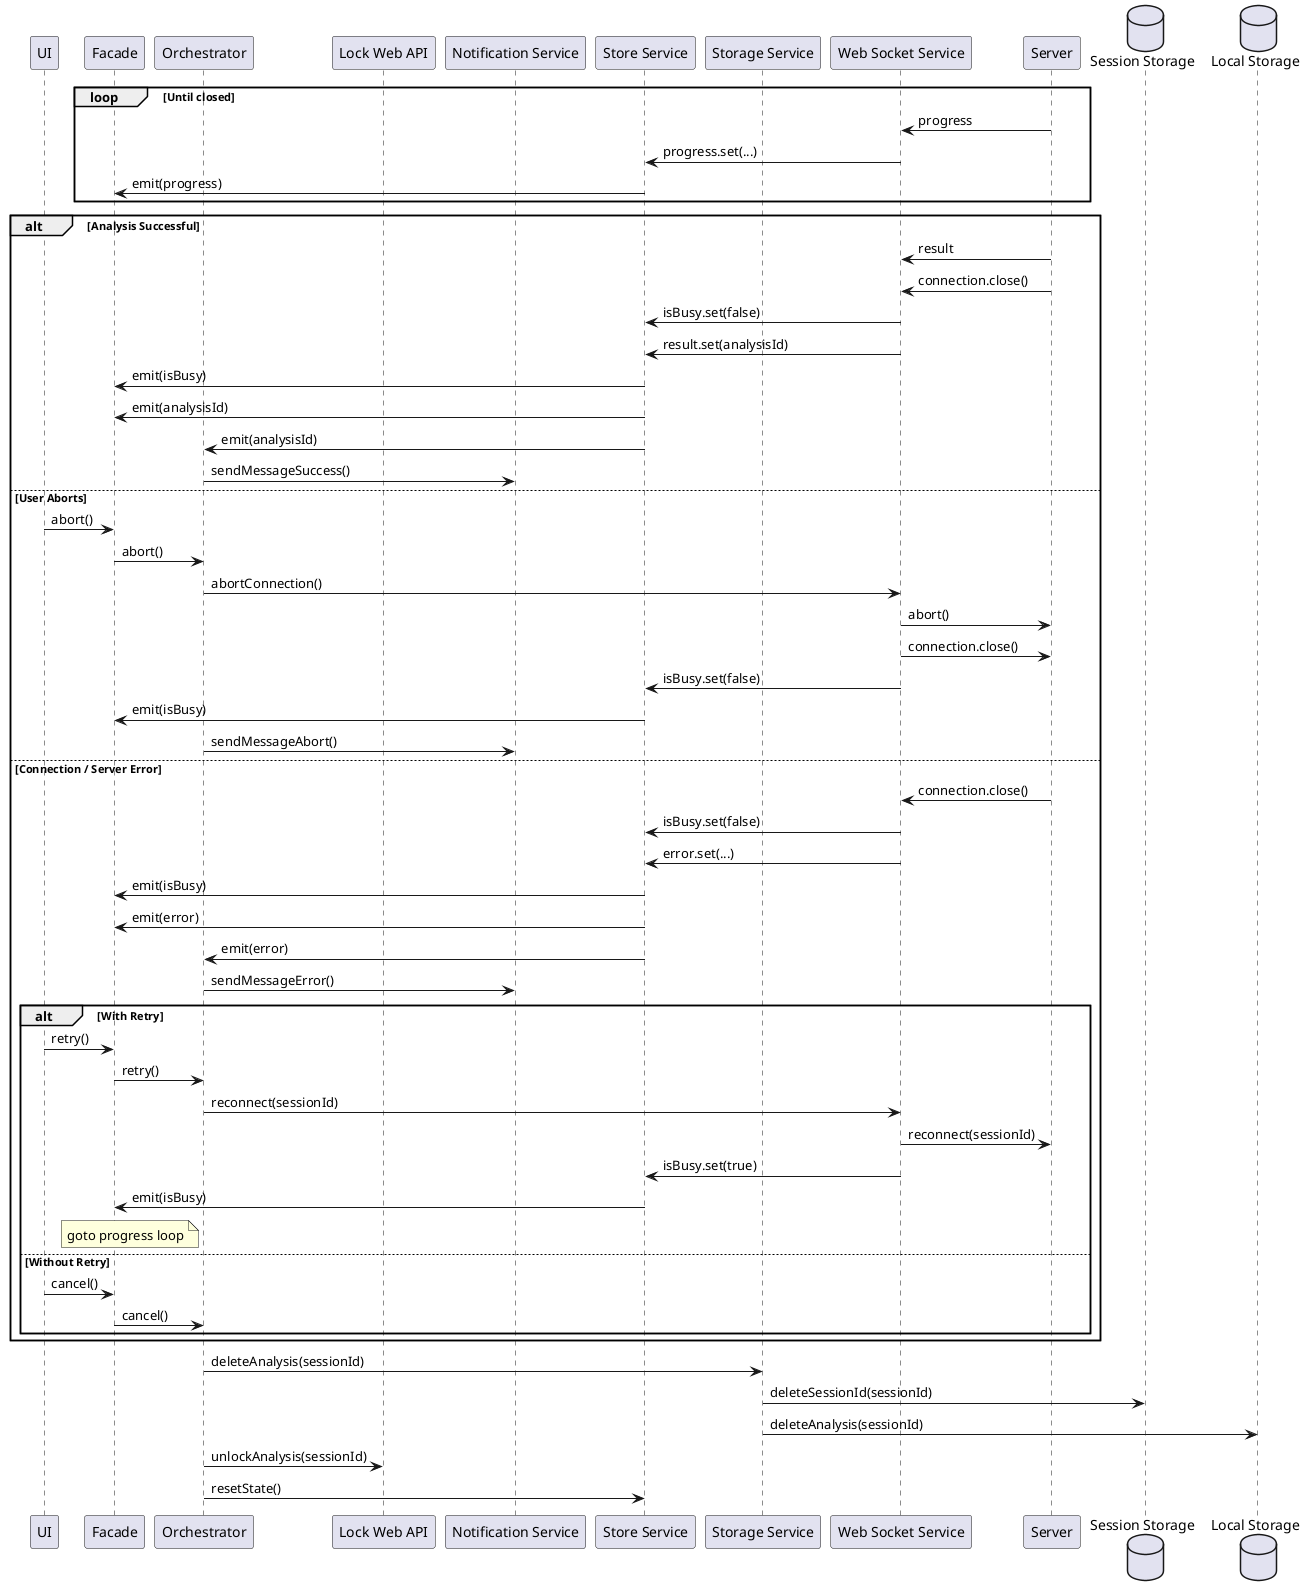
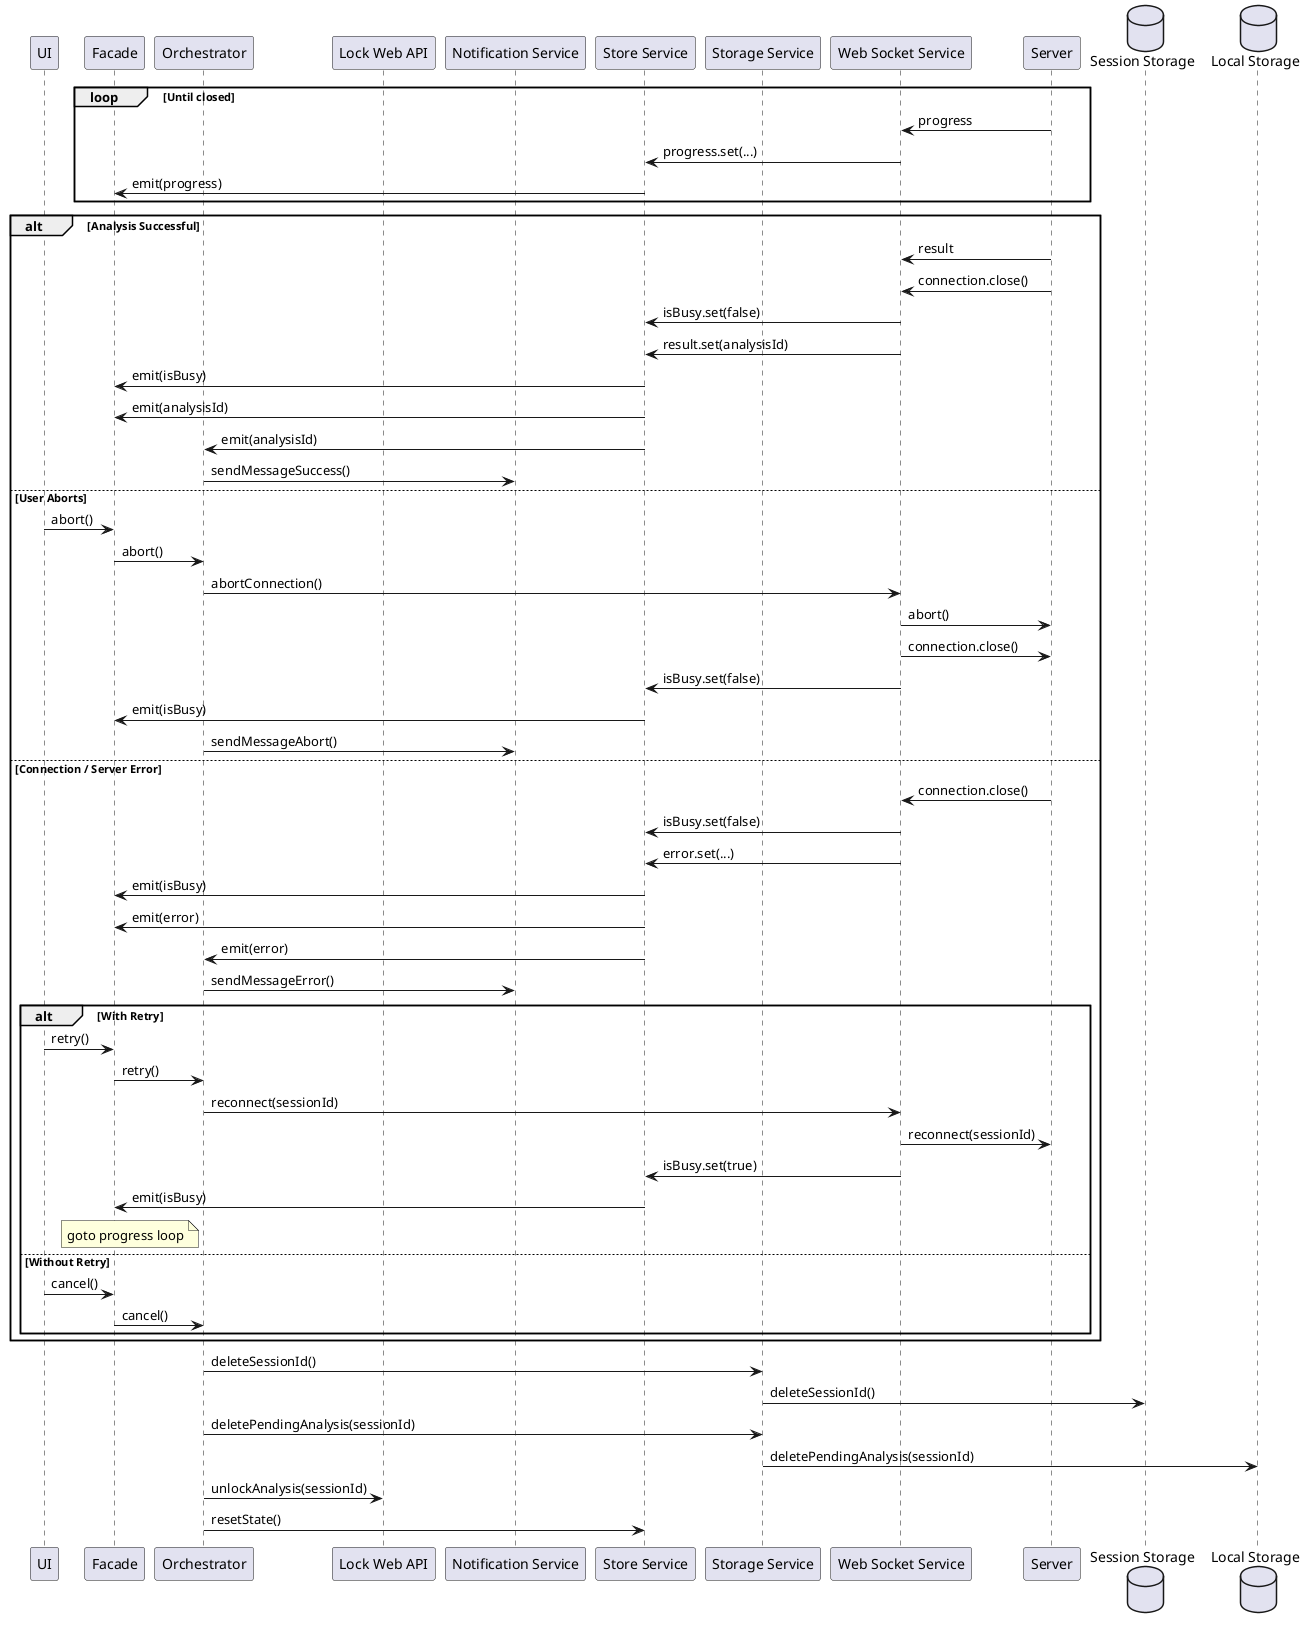
@startuml Continue Analysis

participant "UI" as U
participant "Facade" as F
participant "Orchestrator" as O
participant "Lock Web API" as L
participant "Notification Service" as N
participant "Store Service" as ST
participant "Storage Service" as STG
participant "Web Socket Service" as WS
participant "Server" as SRV

database "Session Storage" as SS
database "Local Storage" as LS

loop Until closed
    SRV -> WS: progress
    WS -> ST: progress.set(...)
    ST -> F: emit(progress)
end

alt Analysis Successful
    SRV -> WS: result
    SRV -> WS: connection.close()
    WS -> ST: isBusy.set(false)
    WS -> ST: result.set(analysisId)
    ST -> F: emit(isBusy)
    ST -> F: emit(analysisId)
    ST -> O: emit(analysisId)
    O -> N: sendMessageSuccess()

else User Aborts
    U -> F: abort()
    F -> O: abort()
    O -> WS: abortConnection()
    WS -> SRV: abort()
    WS -> SRV: connection.close()
    WS -> ST: isBusy.set(false)
    ST -> F: emit(isBusy)
    O -> N: sendMessageAbort()

else Connection / Server Error
    SRV -> WS: connection.close()
    WS -> ST: isBusy.set(false)
    WS -> ST: error.set(...)
    ST -> F: emit(isBusy)
    ST -> F: emit(error)
    ST -> O: emit(error)
    O -> N: sendMessageError()

    alt With Retry
        U -> F: retry()
        F -> O: retry()
        O -> WS: reconnect(sessionId)
        WS -> SRV: reconnect(sessionId)
        WS -> ST: isBusy.set(true)
        ST -> F: emit(isBusy)
        note left of O: goto progress loop

    else Without Retry
        U -> F: cancel()
        F -> O: cancel()
    end
end

- O -> STG: deleteAnalysis(sessionId)
- STG -> SS: deleteSessionId(sessionId)
- STG -> LS: deleteAnalysis(sessionId)
+ O -> STG: deleteSessionId()
+ STG -> SS: deleteSessionId()
+ O -> STG: deletePendingAnalysis(sessionId)
+ STG -> LS: deletePendingAnalysis(sessionId)
O -> L: unlockAnalysis(sessionId)
O -> ST: resetState()

@enduml